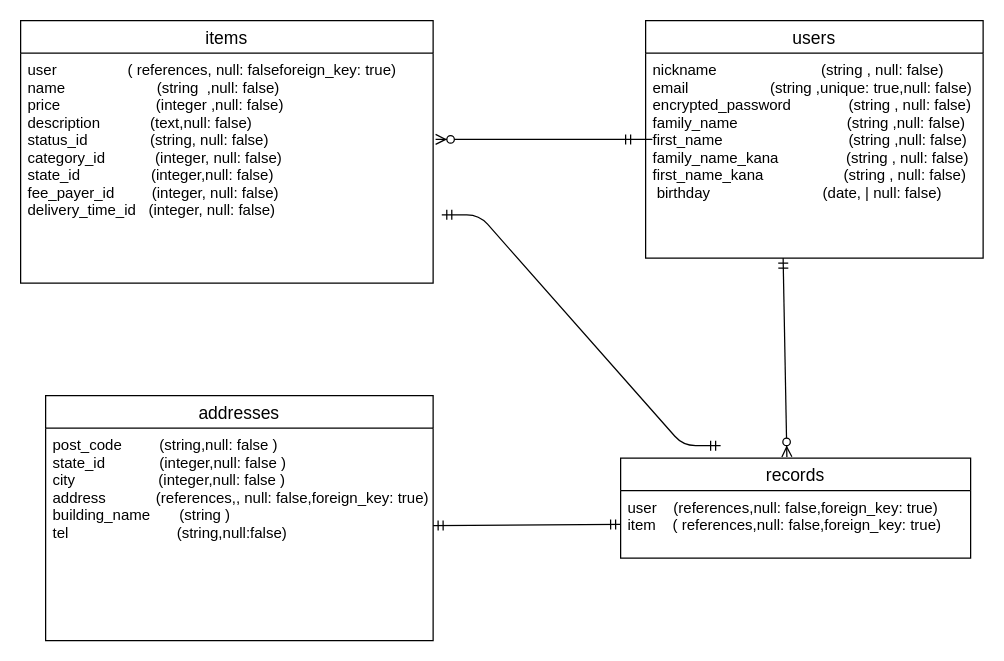
yudaiishiyama/furima-38009 keeps this draw.io diagram as test.dio. Above is the earlier version. Source tidied: cells renumbered, new cells numbered last; positions are measured from the earlier drawing's top-left corner, leaving out a move shared by most shapes. Both pictures are drawn from the tidied source at 125%, with x=0, y=0 at pixel (20, 20).
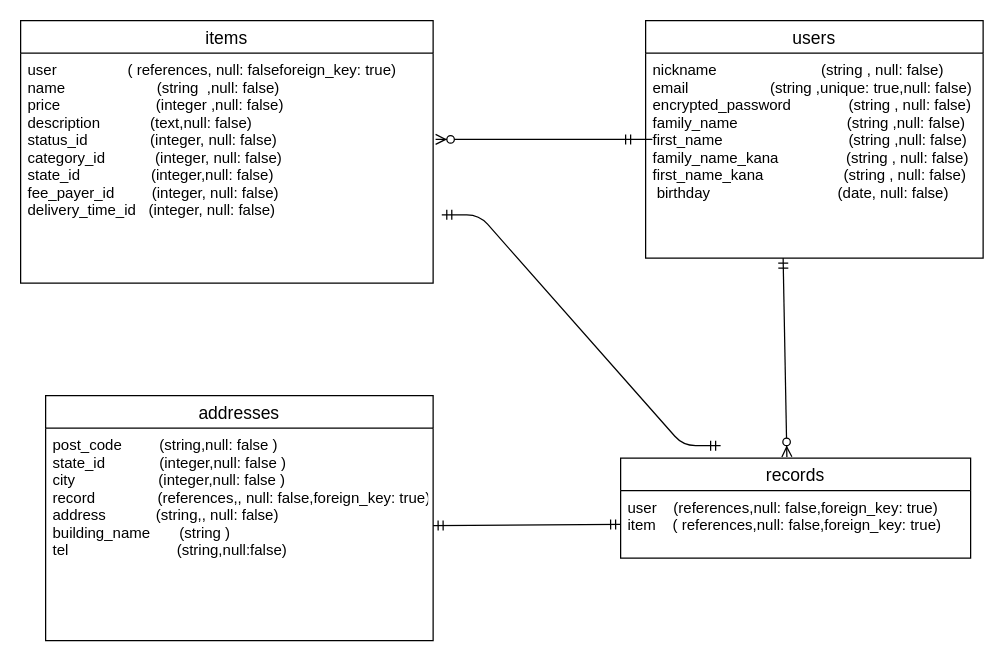
After the change.

Change to the diagram source:
```diff
@@
 <mxGraphModel>
   <root>
     <mxCell id="0" />
     <mxCell id="1" parent="0" />
     <mxCell id="2" value="addresses" style="swimlane;fontStyle=0;horizontal=1;startSize=26;align=center;fontSize=14;" parent="1" vertex="1">
       <mxGeometry x="20" y="300" width="310" height="196" as="geometry" />
     </mxCell>
-    <mxCell id="3" value="post_code         (string,null: false )&#10;state_id             (integer,null: false )&#10;city                    (integer,null: false )&#10;address            (references,, null: false,foreign_key: true)&#10;building_name       (string )&#10;tel                          (string,null:false)" style="text;strokeColor=none;fillColor=none;spacingLeft=4;spacingRight=4;overflow=hidden;fontSize=12;" parent="2" vertex="1">
+    <mxCell id="3" value="post_code         (string,null: false )&#10;state_id             (integer,null: false )&#10;city                    (integer,null: false )&#10;record               (references,, null: false,foreign_key: true)&#10;address            (string,, null: false)&#10;building_name       (string )&#10;tel                          (string,null:false)" style="text;strokeColor=none;fillColor=none;spacingLeft=4;spacingRight=4;overflow=hidden;fontSize=12;" parent="2" vertex="1">
       <mxGeometry y="26" width="310" height="170" as="geometry" />
     </mxCell>
     <mxCell id="4" value="records" style="swimlane;fontStyle=0;horizontal=1;startSize=26;align=center;fontSize=14;" parent="1" vertex="1">
       <mxGeometry x="480" y="350" width="280" height="80" as="geometry" />
     </mxCell>
     <mxCell id="5" value="user    (references,null: false,foreign_key: true)&#10;item    ( references,null: false,foreign_key: true)" style="text;strokeColor=none;fillColor=none;spacingLeft=4;spacingRight=4;overflow=hidden;points=[[0,0.5],[1,0.5]];portConstraint=eastwest;fontSize=12;" parent="4" vertex="1">
       <mxGeometry y="26" width="280" height="54" as="geometry" />
     </mxCell>
     <mxCell id="6" value="users" style="swimlane;fontStyle=0;horizontal=1;startSize=26;align=center;fontSize=14;" parent="1" vertex="1">
       <mxGeometry x="500" width="270" height="190" as="geometry" />
     </mxCell>
-    <mxCell id="7" value="nickname                         (string , null: false)&#10;email               　 (string ,unique: true,null: false)&#10;encrypted_password   　　　(string , null: false)&#10;family_name                  　　 (string ,null: false)&#10;first_name                       　　(string ,null: false)&#10;family_name_kana         　　(string , null: false)&#10;first_name_kana           　　 (string , null: false)&#10; birthday                           (date, | null: false)&#10;" style="text;strokeColor=none;fillColor=none;spacingLeft=4;spacingRight=4;overflow=hidden;fontSize=12;" parent="6" vertex="1">
+    <mxCell id="7" value="nickname                         (string , null: false)&#10;email               　 (string ,unique: true,null: false)&#10;encrypted_password   　　　(string , null: false)&#10;family_name                  　　 (string ,null: false)&#10;first_name                       　　(string ,null: false)&#10;family_name_kana         　　(string , null: false)&#10;first_name_kana           　　 (string , null: false)&#10; birthday                          　 (date, null: false)&#10;" style="text;strokeColor=none;fillColor=none;spacingLeft=4;spacingRight=4;overflow=hidden;fontSize=12;" parent="6" vertex="1">
       <mxGeometry y="26" width="270" height="164" as="geometry" />
     </mxCell>
     <mxCell id="8" value="items" style="swimlane;fontStyle=0;horizontal=1;startSize=26;align=center;fontSize=14;" parent="1" vertex="1">
       <mxGeometry width="330" height="210" as="geometry" />
     </mxCell>
-    <mxCell id="9" value=" user                 ( references, null: falseforeign_key: true)&#10; name                      (string  ,null: false)&#10; price                       (integer ,null: false)&#10; description            (text,null: false)&#10;status_id               (string, null: false)&#10;category_id            (integer, null: false)&#10; state_id                 (integer,null: false)&#10; fee_payer_id         (integer, null: false)&#10; delivery_time_id   (integer, null: false)" style="text;strokeColor=none;fillColor=none;spacingLeft=4;spacingRight=4;overflow=hidden;points=[[0,0.5],[1,0.5]];portConstraint=eastwest;fontSize=12;" parent="8" vertex="1">
+    <mxCell id="9" value=" user                 ( references, null: falseforeign_key: true)&#10; name                      (string  ,null: false)&#10; price                       (integer ,null: false)&#10; description            (text,null: false)&#10;status_id               (integer, null: false)&#10;category_id            (integer, null: false)&#10; state_id                 (integer,null: false)&#10; fee_payer_id         (integer, null: false)&#10; delivery_time_id   (integer, null: false)" style="text;strokeColor=none;fillColor=none;spacingLeft=4;spacingRight=4;overflow=hidden;points=[[0,0.5],[1,0.5]];portConstraint=eastwest;fontSize=12;" parent="8" vertex="1">
       <mxGeometry y="26" width="330" height="184" as="geometry" />
     </mxCell>
     <mxCell id="10" style="edgeStyle=entityRelationEdgeStyle;fontSize=12;html=1;endArrow=ERzeroToMany;startArrow=ERmandOne;entryX=1.006;entryY=0.375;entryDx=0;entryDy=0;entryPerimeter=0;" parent="1" edge="1" target="9">
       <mxGeometry relative="1" as="geometry">
         <mxPoint x="480" y="95" as="sourcePoint" />
       </mxGeometry>
     </mxCell>
     <mxCell id="11" style="fontSize=12;html=1;endArrow=ERzeroToMany;startArrow=ERmandOne;entryX=0.475;entryY=-0.012;entryDx=0;entryDy=0;entryPerimeter=0;" parent="1" edge="1" target="4">
       <mxGeometry relative="1" as="geometry">
         <mxPoint x="610" y="190" as="sourcePoint" />
       </mxGeometry>
     </mxCell>
     <mxCell id="12" style="edgeStyle=entityRelationEdgeStyle;fontSize=12;html=1;endArrow=ERmandOne;startArrow=ERmandOne;exitX=1.021;exitY=0.703;exitDx=0;exitDy=0;exitPerimeter=0;" parent="1" edge="1" source="9">
       <mxGeometry relative="1" as="geometry">
         <mxPoint x="560" y="340" as="targetPoint" />
       </mxGeometry>
     </mxCell>
     <mxCell id="13" style="fontSize=12;html=1;endArrow=ERmandOne;startArrow=ERmandOne;entryX=0;entryY=0.5;entryDx=0;entryDy=0;" parent="1" edge="1" target="5">
       <mxGeometry relative="1" as="geometry">
         <mxPoint x="330" y="404" as="sourcePoint" />
       </mxGeometry>
     </mxCell>
   </root>
 </mxGraphModel>
```
